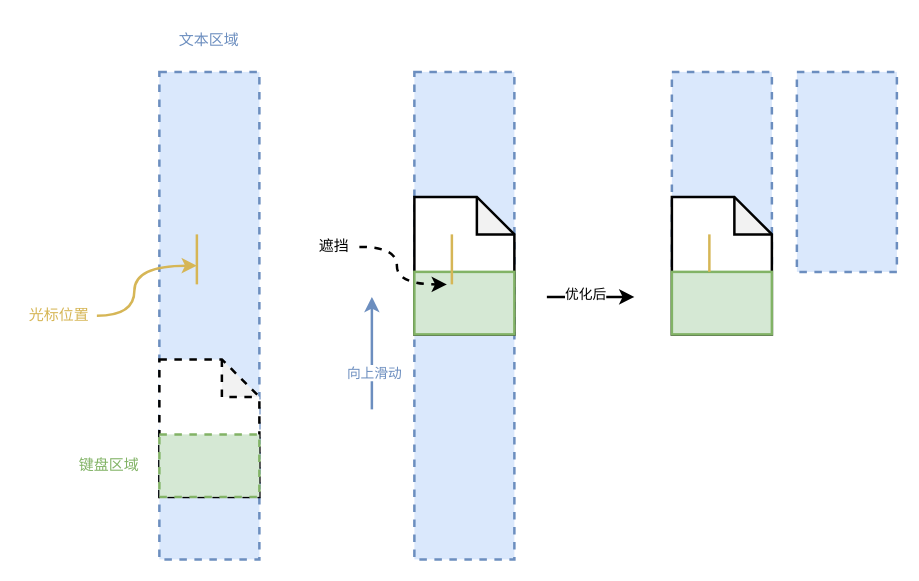
ShawnTu/git-tutorial keeps this draw.io diagram as 20250114-1.drawio. Above is the earlier version. Source tidied: cells renumbered, new cells numbered last; positions are measured from the earlier drawing's top-left corner, leaving out a move shared by most shapes. Both pictures are drawn from the tidied source at 125%, with x=0, y=0 at pixel (21, 21).
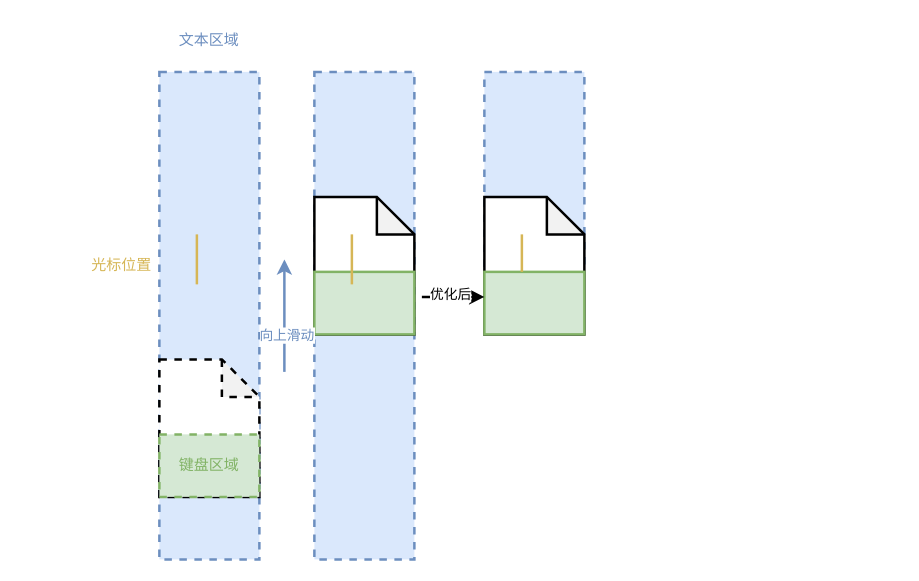
After the change.

Diff of the diagram source:
```diff
@@
-    <mxCell id="3" value="&lt;font style=&quot;color: light-dark(rgb(130, 179, 102), rgb(237, 237, 237));&quot;&gt;键盘区域&lt;/font&gt;" style="text;html=1;align=center;verticalAlign=middle;whiteSpace=wrap;rounded=0;" parent="1" vertex="1">
-      <mxGeometry x="40" y="340" width="60" height="30" as="geometry" />
-    </mxCell>
@@
-    <mxCell id="5" style="edgeStyle=orthogonalEdgeStyle;rounded=0;jettySize=auto;html=1;curved=1;fillColor=#fff2cc;strokeColor=#d6b656;strokeWidth=2;" parent="1" edge="1" source="6">
-      <mxGeometry relative="1" as="geometry">
-        <mxPoint x="140" y="195" as="targetPoint" />
-        <Array as="points">
-          <mxPoint x="90" y="235" />
-          <mxPoint x="90" y="195" />
-        </Array>
-      </mxGeometry>
-    </mxCell>
     <mxCell id="6" value="&lt;font style=&quot;color: light-dark(rgb(214, 182, 86), rgb(237, 237, 237));&quot;&gt;光标位置&lt;/font&gt;" style="text;html=1;align=center;verticalAlign=middle;whiteSpace=wrap;rounded=0;strokeWidth=2;" parent="1" vertex="1">
-      <mxGeometry y="220" width="60" height="30" as="geometry" />
+      <mxGeometry x="50" y="180" width="60" height="30" as="geometry" />
     </mxCell>
@@
-    <mxCell id="8" style="rounded=0;whiteSpace=wrap;html=1;strokeWidth=2;fillColor=#d5e8d4;strokeColor=#82b366;dashed=1;" parent="1" vertex="1">
+    <mxCell id="8" value="&lt;font style=&quot;color: light-dark(rgb(130, 179, 102), rgb(237, 237, 237));&quot;&gt;键盘区域&lt;/font&gt;" style="rounded=0;whiteSpace=wrap;html=1;strokeWidth=2;fillColor=#d5e8d4;strokeColor=#82b366;dashed=1;" parent="1" vertex="1">
       <mxGeometry x="110" y="330" width="80" height="50" as="geometry" />
     </mxCell>
@@
     <mxCell id="10" style="rounded=0;whiteSpace=wrap;html=1;strokeWidth=2;fillColor=#dae8fc;strokeColor=#6c8ebf;dashed=1;" parent="1" vertex="1">
-      <mxGeometry x="314" y="40" width="80" height="390" as="geometry" />
+      <mxGeometry x="234" y="40" width="80" height="390" as="geometry" />
     </mxCell>
     <mxCell id="11" style="shape=note;whiteSpace=wrap;html=1;backgroundOutline=1;darkOpacity=0.05;strokeWidth=2;" parent="1" vertex="1">
-      <mxGeometry x="314" y="140" width="80" height="110" as="geometry" />
+      <mxGeometry x="234" y="140" width="80" height="110" as="geometry" />
     </mxCell>
     <mxCell id="12" style="rounded=0;whiteSpace=wrap;html=1;strokeWidth=2;fillColor=#d5e8d4;strokeColor=#82b366;" parent="1" vertex="1">
-      <mxGeometry x="314" y="200" width="80" height="50" as="geometry" />
+      <mxGeometry x="234" y="200" width="80" height="50" as="geometry" />
     </mxCell>
     <mxCell id="13" style="endArrow=none;html=1;rounded=0;strokeWidth=2;fillColor=#fff2cc;strokeColor=#d6b656;" parent="1" edge="1">
       <mxGeometry relative="1" as="geometry">
-        <mxPoint x="344" y="210" as="sourcePoint" />
-        <mxPoint x="344" y="170" as="targetPoint" />
+        <mxPoint x="264" y="210" as="sourcePoint" />
+        <mxPoint x="264" y="170" as="targetPoint" />
       </mxGeometry>
     </mxCell>
     <mxCell id="14" style="endArrow=classic;html=1;rounded=0;strokeWidth=2;fillColor=#dae8fc;strokeColor=#6c8ebf;" parent="1" edge="1">
       <mxGeometry relative="1" as="geometry">
-        <mxPoint x="280" y="310" as="sourcePoint" />
-        <mxPoint x="280" y="220" as="targetPoint" />
+        <mxPoint x="210" y="280" as="sourcePoint" />
+        <mxPoint x="210" y="190" as="targetPoint" />
       </mxGeometry>
     </mxCell>
@@
     <mxCell id="16" style="rounded=0;whiteSpace=wrap;html=1;strokeWidth=2;fillColor=#dae8fc;strokeColor=#6c8ebf;dashed=1;" parent="1" vertex="1">
-      <mxGeometry x="520" y="40" width="80" height="160" as="geometry" />
+      <mxGeometry x="370" y="40" width="80" height="160" as="geometry" />
     </mxCell>
     <mxCell id="17" style="shape=note;whiteSpace=wrap;html=1;backgroundOutline=1;darkOpacity=0.05;strokeWidth=2;" parent="1" vertex="1">
-      <mxGeometry x="520" y="140" width="80" height="110" as="geometry" />
+      <mxGeometry x="370" y="140" width="80" height="110" as="geometry" />
     </mxCell>
     <mxCell id="18" style="rounded=0;whiteSpace=wrap;html=1;strokeWidth=2;fillColor=#d5e8d4;strokeColor=#82b366;" parent="1" vertex="1">
-      <mxGeometry x="520" y="200" width="80" height="50" as="geometry" />
+      <mxGeometry x="370" y="200" width="80" height="50" as="geometry" />
     </mxCell>
     <mxCell id="19" style="endArrow=none;html=1;rounded=0;strokeWidth=2;fillColor=#fff2cc;strokeColor=#d6b656;" parent="1" edge="1">
       <mxGeometry relative="1" as="geometry">
-        <mxPoint x="550" y="200" as="sourcePoint" />
-        <mxPoint x="550" y="170" as="targetPoint" />
+        <mxPoint x="400" y="200" as="sourcePoint" />
+        <mxPoint x="400" y="170" as="targetPoint" />
       </mxGeometry>
     </mxCell>
     <mxCell id="20" style="endArrow=classic;html=1;rounded=0;strokeWidth=2;fillColor=#f8cecc;strokeColor=light-dark(#000000, #d7817e);" parent="1" edge="1">
       <mxGeometry relative="1" as="geometry">
-        <mxPoint x="420" y="220" as="sourcePoint" />
-        <mxPoint x="490" y="220" as="targetPoint" />
+        <mxPoint x="320" y="220" as="sourcePoint" />
+        <mxPoint x="370" y="220" as="targetPoint" />
       </mxGeometry>
     </mxCell>
@@
-    <mxCell id="22" value="&lt;font style=&quot;color: light-dark(rgb(0, 0, 0), rgb(109, 81, 0));&quot;&gt;遮挡&lt;/font&gt;" style="text;html=1;align=center;verticalAlign=middle;whiteSpace=wrap;rounded=0;strokeWidth=2;" parent="1" vertex="1">
-      <mxGeometry x="230" y="170" width="40" height="20" as="geometry" />
-    </mxCell>
-    <mxCell id="23" style="edgeStyle=orthogonalEdgeStyle;rounded=0;jettySize=auto;html=1;entryX=0.325;entryY=0.2;entryDx=0;entryDy=0;entryPerimeter=0;curved=1;strokeWidth=2;dashed=1;" parent="1" edge="1" source="22" target="12">
-      <mxGeometry relative="1" as="geometry">
-        <Array as="points">
-          <mxPoint x="300" y="180" />
-          <mxPoint x="300" y="210" />
-        </Array>
-      </mxGeometry>
-    </mxCell>
-    <mxCell id="24" style="rounded=0;whiteSpace=wrap;html=1;strokeWidth=2;fillColor=#dae8fc;strokeColor=#6c8ebf;dashed=1;" parent="1" vertex="1">
-      <mxGeometry x="620" y="40" width="80" height="160" as="geometry" />
-    </mxCell>
```
